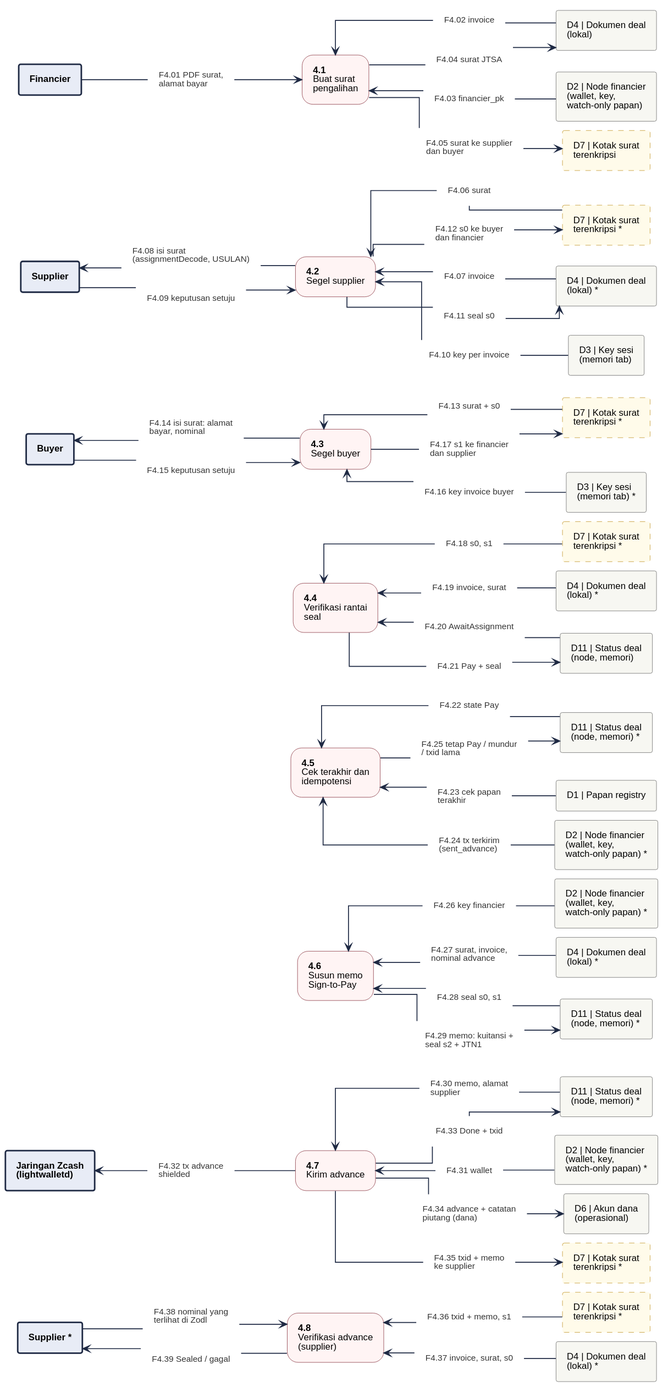
This is 08-FlowDiagrams/assets/dfd-2-4.svg from JitsuinFi/jitsuinfi-vault, a PlantUML export, as it was before one commit.
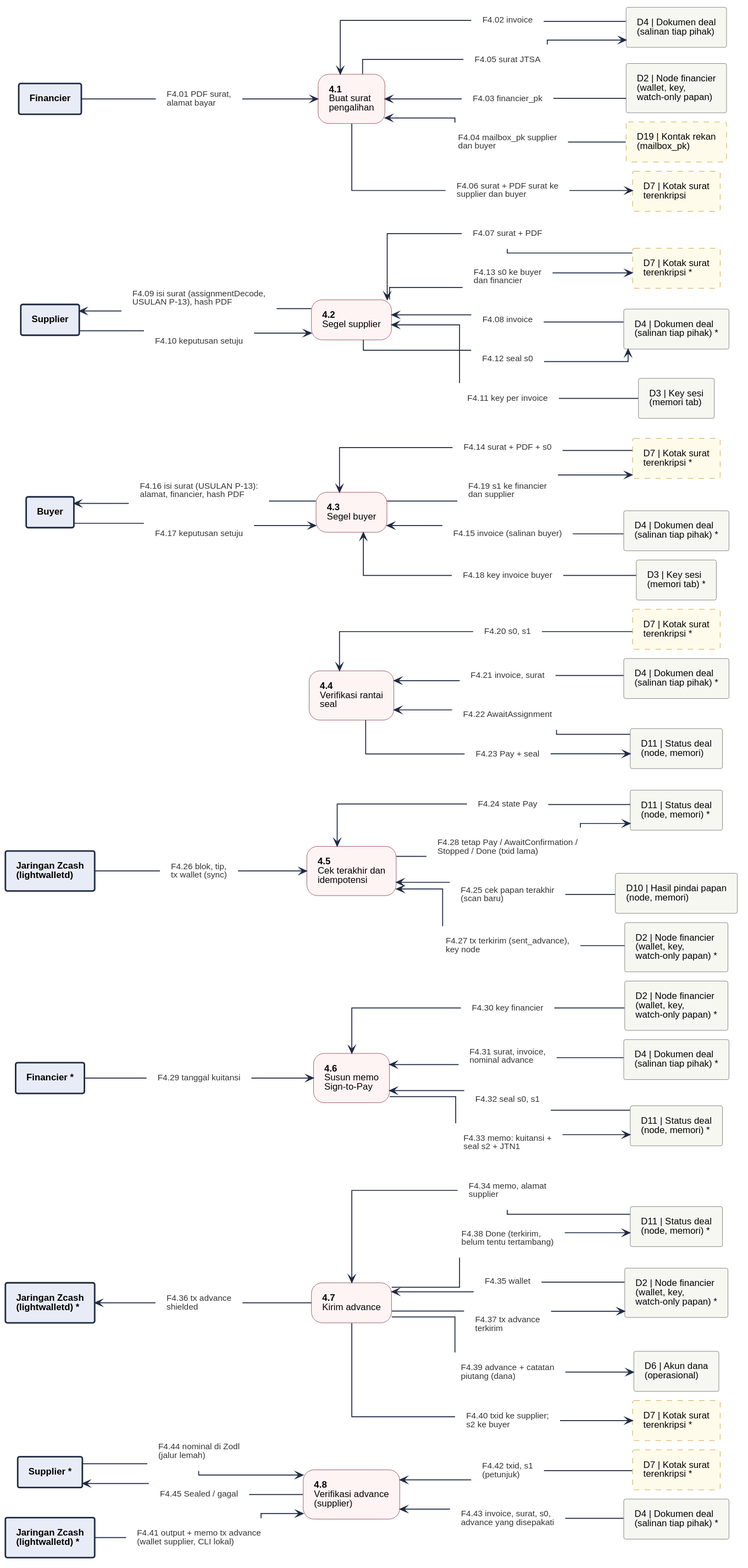
Above is the later version.

What changed in the source:
```diff
@@ -4,32 +4,37 @@
 skinparam nodesep 12
 skinparam ranksep 35
 rectangle "Supplier *" <<entity>> as S_8
-rectangle "D4 | Dokumen deal\n(lokal) *" <<store>> as D4_8
+rectangle "D4 | Dokumen deal\n(salinan tiap pihak) *" <<store>> as D4_8
 rectangle "D7 | Kotak surat\nterenkripsi *" <<storeproposal>> as D7_8
+rectangle "Jaringan Zcash\n(lightwalletd) *" <<entity>> as Z_8
 rectangle "D7 | Kotak surat\nterenkripsi *" <<storeproposal>> as D7_7
 rectangle "D6 | Akun dana\n(operasional)" <<store>> as D6_7
-rectangle "Jaringan Zcash\n(lightwalletd)" <<entity>> as Z_7
+rectangle "Jaringan Zcash\n(lightwalletd) *" <<entity>> as Z_7
 rectangle "D2 | Node financier\n(wallet, key,\nwatch-only papan) *" <<store>> as D2_7
 rectangle "D11 | Status deal\n(node, memori) *" <<store>> as D11_7
 rectangle "D11 | Status deal\n(node, memori) *" <<store>> as D11_6
-rectangle "D4 | Dokumen deal\n(lokal) *" <<store>> as D4_6
+rectangle "D4 | Dokumen deal\n(salinan tiap pihak) *" <<store>> as D4_6
 rectangle "D2 | Node financier\n(wallet, key,\nwatch-only papan) *" <<store>> as D2_6
+rectangle "Financier *" <<entity>> as F_6
 rectangle "D2 | Node financier\n(wallet, key,\nwatch-only papan) *" <<store>> as D2_5
-rectangle "D1 | Papan registry" <<store>> as D1_5
+rectangle "Jaringan Zcash\n(lightwalletd)" <<entity>> as Z_5
+rectangle "D10 | Hasil pindai papan\n(node, memori)" <<store>> as D10_5
 rectangle "D11 | Status deal\n(node, memori) *" <<store>> as D11_5
 rectangle "D11 | Status deal\n(node, memori)" <<store>> as D11_4
-rectangle "D4 | Dokumen deal\n(lokal) *" <<store>> as D4_4
+rectangle "D4 | Dokumen deal\n(salinan tiap pihak) *" <<store>> as D4_4
 rectangle "D7 | Kotak surat\nterenkripsi *" <<storeproposal>> as D7_4
 rectangle "D3 | Key sesi\n(memori tab) *" <<store>> as D3_3
 rectangle "Buyer" <<entity>> as B_3
+rectangle "D4 | Dokumen deal\n(salinan tiap pihak) *" <<store>> as D4_3
 rectangle "D7 | Kotak surat\nterenkripsi *" <<storeproposal>> as D7_3
 rectangle "D3 | Key sesi\n(memori tab)" <<store>> as D3_2
 rectangle "Supplier" <<entity>> as S_2
-rectangle "D4 | Dokumen deal\n(lokal) *" <<store>> as D4_2
+rectangle "D4 | Dokumen deal\n(salinan tiap pihak) *" <<store>> as D4_2
 rectangle "D7 | Kotak surat\nterenkripsi *" <<storeproposal>> as D7_2
 rectangle "D7 | Kotak surat\nterenkripsi" <<storeproposal>> as D7_1
+rectangle "D19 | Kontak rekan\n(mailbox_pk)" <<storeproposal>> as D19_1
 rectangle "D2 | Node financier\n(wallet, key,\nwatch-only papan)" <<store>> as D2_1
-rectangle "D4 | Dokumen deal\n(lokal)" <<store>> as D4_1
+rectangle "D4 | Dokumen deal\n(salinan tiap pihak)" <<store>> as D4_1
 rectangle "Financier" <<entity>> as F_1
 rectangle "**4.8**\nVerifikasi advance\n(supplier)" <<process>> as P8
 rectangle "**4.7**\nKirim advance" <<process>> as P7
@@ -42,130 +47,140 @@
 rectangle "F4.01 PDF surat,\nalamat bayar" <<flow>> as f_F4_01
 rectangle "F4.02 invoice" <<flow>> as f_F4_02
 rectangle "F4.03 financier_pk" <<flow>> as f_F4_03
-rectangle "F4.04 surat JTSA" <<flow>> as f_F4_04
-rectangle "F4.05 surat ke supplier\ndan buyer" <<flow>> as f_F4_05
-rectangle "F4.06 surat" <<flow>> as f_F4_06
-rectangle "F4.07 invoice" <<flow>> as f_F4_07
-rectangle "F4.08 isi surat\n(assignmentDecode, USULAN)" <<flow>> as f_F4_08
-rectangle "F4.09 keputusan setuju" <<flow>> as f_F4_09
-rectangle "F4.10 key per invoice" <<flow>> as f_F4_10
-rectangle "F4.11 seal s0" <<flow>> as f_F4_11
-rectangle "F4.12 s0 ke buyer\ndan financier" <<flow>> as f_F4_12
-rectangle "F4.13 surat + s0" <<flow>> as f_F4_13
-rectangle "F4.14 isi surat: alamat\nbayar, nominal" <<flow>> as f_F4_14
-rectangle "F4.15 keputusan setuju" <<flow>> as f_F4_15
-rectangle "F4.16 key invoice buyer" <<flow>> as f_F4_16
-rectangle "F4.17 s1 ke financier\ndan supplier" <<flow>> as f_F4_17
-rectangle "F4.18 s0, s1" <<flow>> as f_F4_18
-rectangle "F4.19 invoice, surat" <<flow>> as f_F4_19
-rectangle "F4.20 AwaitAssignment" <<flow>> as f_F4_20
-rectangle "F4.21 Pay + seal" <<flow>> as f_F4_21
-rectangle "F4.22 state Pay" <<flow>> as f_F4_22
-rectangle "F4.23 cek papan\nterakhir" <<flow>> as f_F4_23
-rectangle "F4.24 tx terkirim\n(sent_advance)" <<flow>> as f_F4_24
-rectangle "F4.25 tetap Pay / mundur\n/ txid lama" <<flow>> as f_F4_25
-rectangle "F4.26 key financier" <<flow>> as f_F4_26
-rectangle "F4.27 surat, invoice,\nnominal advance" <<flow>> as f_F4_27
-rectangle "F4.28 seal s0, s1" <<flow>> as f_F4_28
-rectangle "F4.29 memo: kuitansi +\nseal s2 + JTN1" <<flow>> as f_F4_29
-rectangle "F4.30 memo, alamat\nsupplier" <<flow>> as f_F4_30
-rectangle "F4.31 wallet" <<flow>> as f_F4_31
-rectangle "F4.32 tx advance\nshielded" <<flow>> as f_F4_32
-rectangle "F4.33 Done + txid" <<flow>> as f_F4_33
-rectangle "F4.34 advance + catatan\npiutang (dana)" <<flow>> as f_F4_34
-rectangle "F4.35 txid + memo\nke supplier" <<flow>> as f_F4_35
-rectangle "F4.36 txid + memo, s1" <<flow>> as f_F4_36
-rectangle "F4.37 invoice, surat, s0" <<flow>> as f_F4_37
-rectangle "F4.38 nominal yang\nterlihat di Zodl" <<flow>> as f_F4_38
-rectangle "F4.39 Sealed / gagal" <<flow>> as f_F4_39
+rectangle "F4.04 mailbox_pk supplier\ndan buyer" <<flow>> as f_F4_04
+rectangle "F4.05 surat JTSA" <<flow>> as f_F4_05
+rectangle "F4.06 surat + PDF surat ke\nsupplier dan buyer" <<flow>> as f_F4_06
+rectangle "F4.07 surat + PDF" <<flow>> as f_F4_07
+rectangle "F4.08 invoice" <<flow>> as f_F4_08
+rectangle "F4.09 isi surat (assignmentDecode,\nUSULAN P-13), hash PDF" <<flow>> as f_F4_09
+rectangle "F4.10 keputusan setuju" <<flow>> as f_F4_10
+rectangle "F4.11 key per invoice" <<flow>> as f_F4_11
+rectangle "F4.12 seal s0" <<flow>> as f_F4_12
+rectangle "F4.13 s0 ke buyer\ndan financier" <<flow>> as f_F4_13
+rectangle "F4.14 surat + PDF + s0" <<flow>> as f_F4_14
+rectangle "F4.15 invoice (salinan buyer)" <<flow>> as f_F4_15
+rectangle "F4.16 isi surat (USULAN P-13):\nalamat, financier, hash PDF" <<flow>> as f_F4_16
+rectangle "F4.17 keputusan setuju" <<flow>> as f_F4_17
+rectangle "F4.18 key invoice buyer" <<flow>> as f_F4_18
+rectangle "F4.19 s1 ke financier\ndan supplier" <<flow>> as f_F4_19
+rectangle "F4.20 s0, s1" <<flow>> as f_F4_20
+rectangle "F4.21 invoice, surat" <<flow>> as f_F4_21
+rectangle "F4.22 AwaitAssignment" <<flow>> as f_F4_22
+rectangle "F4.23 Pay + seal" <<flow>> as f_F4_23
+rectangle "F4.24 state Pay" <<flow>> as f_F4_24
+rectangle "F4.25 cek papan terakhir\n(scan baru)" <<flow>> as f_F4_25
+rectangle "F4.26 blok, tip,\ntx wallet (sync)" <<flow>> as f_F4_26
+rectangle "F4.27 tx terkirim (sent_advance),\nkey node" <<flow>> as f_F4_27
+rectangle "F4.28 tetap Pay / AwaitConfirmation /\nStopped / Done (txid lama)" <<flow>> as f_F4_28
+rectangle "F4.29 tanggal kuitansi" <<flow>> as f_F4_29
+rectangle "F4.30 key financier" <<flow>> as f_F4_30
+rectangle "F4.31 surat, invoice,\nnominal advance" <<flow>> as f_F4_31
+rectangle "F4.32 seal s0, s1" <<flow>> as f_F4_32
+rectangle "F4.33 memo: kuitansi +\nseal s2 + JTN1" <<flow>> as f_F4_33
+rectangle "F4.34 memo, alamat\nsupplier" <<flow>> as f_F4_34
+rectangle "F4.35 wallet" <<flow>> as f_F4_35
+rectangle "F4.36 tx advance\nshielded" <<flow>> as f_F4_36
+rectangle "F4.37 tx advance\nterkirim" <<flow>> as f_F4_37
+rectangle "F4.38 Done (terkirim,\nbelum tentu tertambang)" <<flow>> as f_F4_38
+rectangle "F4.39 advance + catatan\npiutang (dana)" <<flow>> as f_F4_39
+rectangle "F4.40 txid ke supplier;\ns2 ke buyer" <<flow>> as f_F4_40
+rectangle "F4.41 output + memo tx advance\n(wallet supplier, CLI lokal)" <<flow>> as f_F4_41
+rectangle "F4.42 txid, s1\n(petunjuk)" <<flow>> as f_F4_42
+rectangle "F4.43 invoice, surat, s0,\nadvance yang disepakati" <<flow>> as f_F4_43
+rectangle "F4.44 nominal di Zodl\n(jalur lemah)" <<flow>> as f_F4_44
+rectangle "F4.45 Sealed / gagal" <<flow>> as f_F4_45
 F_1 -- f_F4_01
 f_F4_01 --> P1
 P1 <-- f_F4_02
 f_F4_02 -- D4_1
 P1 <-- f_F4_03
 f_F4_03 -- D2_1
-P1 -- f_F4_04
-f_F4_04 --> D4_1
+P1 <-- f_F4_04
+f_F4_04 -- D19_1
 P1 -- f_F4_05
-f_F4_05 --> D7_1
-P2 <-- f_F4_06
-f_F4_06 -- D7_2
+f_F4_05 --> D4_1
+P1 -- f_F4_06
+f_F4_06 --> D7_1
 P2 <-- f_F4_07
-f_F4_07 -- D4_2
-S_2 <-- f_F4_08
-f_F4_08 -- P2
-S_2 -- f_F4_09
-f_F4_09 --> P2
-P2 <-- f_F4_10
-f_F4_10 -- D3_2
-P2 -- f_F4_11
-f_F4_11 --> D4_2
+f_F4_07 -- D7_2
+P2 <-- f_F4_08
+f_F4_08 -- D4_2
+S_2 <-- f_F4_09
+f_F4_09 -- P2
+S_2 -- f_F4_10
+f_F4_10 --> P2
+P2 <-- f_F4_11
+f_F4_11 -- D3_2
 P2 -- f_F4_12
-f_F4_12 --> D7_2
-P3 <-- f_F4_13
-f_F4_13 -- D7_3
-B_3 <-- f_F4_14
-f_F4_14 -- P3
-B_3 -- f_F4_15
-f_F4_15 --> P3
-P3 <-- f_F4_16
-f_F4_16 -- D3_3
-P3 -- f_F4_17
-f_F4_17 --> D7_3
-P4 <-- f_F4_18
-f_F4_18 -- D7_4
-P4 <-- f_F4_19
-f_F4_19 -- D4_4
+f_F4_12 --> D4_2
+P2 -- f_F4_13
+f_F4_13 --> D7_2
+P3 <-- f_F4_14
+f_F4_14 -- D7_3
+P3 <-- f_F4_15
+f_F4_15 -- D4_3
+B_3 <-- f_F4_16
+f_F4_16 -- P3
+B_3 -- f_F4_17
+f_F4_17 --> P3
+P3 <-- f_F4_18
+f_F4_18 -- D3_3
+P3 -- f_F4_19
+f_F4_19 --> D7_3
 P4 <-- f_F4_20
-f_F4_20 -- D11_4
-P4 -- f_F4_21
-f_F4_21 --> D11_4
-P5 <-- f_F4_22
-f_F4_22 -- D11_5
-P5 <-- f_F4_23
-f_F4_23 -- D1_5
+f_F4_20 -- D7_4
+P4 <-- f_F4_21
+f_F4_21 -- D4_4
+P4 <-- f_F4_22
+f_F4_22 -- D11_4
+P4 -- f_F4_23
+f_F4_23 --> D11_4
 P5 <-- f_F4_24
-f_F4_24 -- D2_5
-P5 -- f_F4_25
-f_F4_25 --> D11_5
-P6 <-- f_F4_26
-f_F4_26 -- D2_6
-P6 <-- f_F4_27
-f_F4_27 -- D4_6
-P6 <-- f_F4_28
-f_F4_28 -- D11_6
-P6 -- f_F4_29
-f_F4_29 --> D11_6
-P7 <-- f_F4_30
-f_F4_30 -- D11_7
-P7 <-- f_F4_31
-f_F4_31 -- D2_7
-Z_7 <-- f_F4_32
-f_F4_32 -- P7
-P7 -- f_F4_33
-f_F4_33 --> D11_7
-P7 -- f_F4_34
-f_F4_34 --> D6_7
-P7 -- f_F4_35
-f_F4_35 --> D7_7
-P8 <-- f_F4_36
-f_F4_36 -- D7_8
-P8 <-- f_F4_37
-f_F4_37 -- D4_8
-S_8 -- f_F4_38
-f_F4_38 --> P8
-S_8 <-- f_F4_39
-f_F4_39 -- P8
+f_F4_24 -- D11_5
+P5 <-- f_F4_25
+f_F4_25 -- D10_5
+Z_5 -- f_F4_26
+f_F4_26 --> P5
+P5 <-- f_F4_27
+f_F4_27 -- D2_5
+P5 -- f_F4_28
+f_F4_28 --> D11_5
+F_6 -- f_F4_29
+f_F4_29 --> P6
+P6 <-- f_F4_30
+f_F4_30 -- D2_6
+P6 <-- f_F4_31
+f_F4_31 -- D4_6
+P6 <-- f_F4_32
+f_F4_32 -- D11_6
+P6 -- f_F4_33
+f_F4_33 --> D11_6
+P7 <-- f_F4_34
+f_F4_34 -- D11_7
+P7 <-- f_F4_35
+f_F4_35 -- D2_7
+Z_7 <-- f_F4_36
+f_F4_36 -- P7
+P7 -- f_F4_37
+f_F4_37 --> D2_7
+P7 -- f_F4_38
+f_F4_38 --> D11_7
+P7 -- f_F4_39
+f_F4_39 --> D6_7
+P7 -- f_F4_40
+f_F4_40 --> D7_7
+Z_8 -- f_F4_41
+f_F4_41 --> P8
+P8 <-- f_F4_42
+f_F4_42 -- D7_8
+P8 <-- f_F4_43
+f_F4_43 -- D4_8
+S_8 -- f_F4_44
+f_F4_44 --> P8
+S_8 <-- f_F4_45
+f_F4_45 -- P8
 rectangle " " <<spacer>> as sp_P4_a
 rectangle " " <<spacer>> as sp_P4_b
 sp_P4_a -[hidden]- sp_P4_b
 sp_P4_b -[hidden]- P4
-rectangle " " <<spacer>> as sp_P5_a
-rectangle " " <<spacer>> as sp_P5_b
-sp_P5_a -[hidden]- sp_P5_b
-sp_P5_b -[hidden]- P5
-rectangle " " <<spacer>> as sp_P6_a
-rectangle " " <<spacer>> as sp_P6_b
-sp_P6_a -[hidden]- sp_P6_b
-sp_P6_b -[hidden]- P6
 @enduml
```
